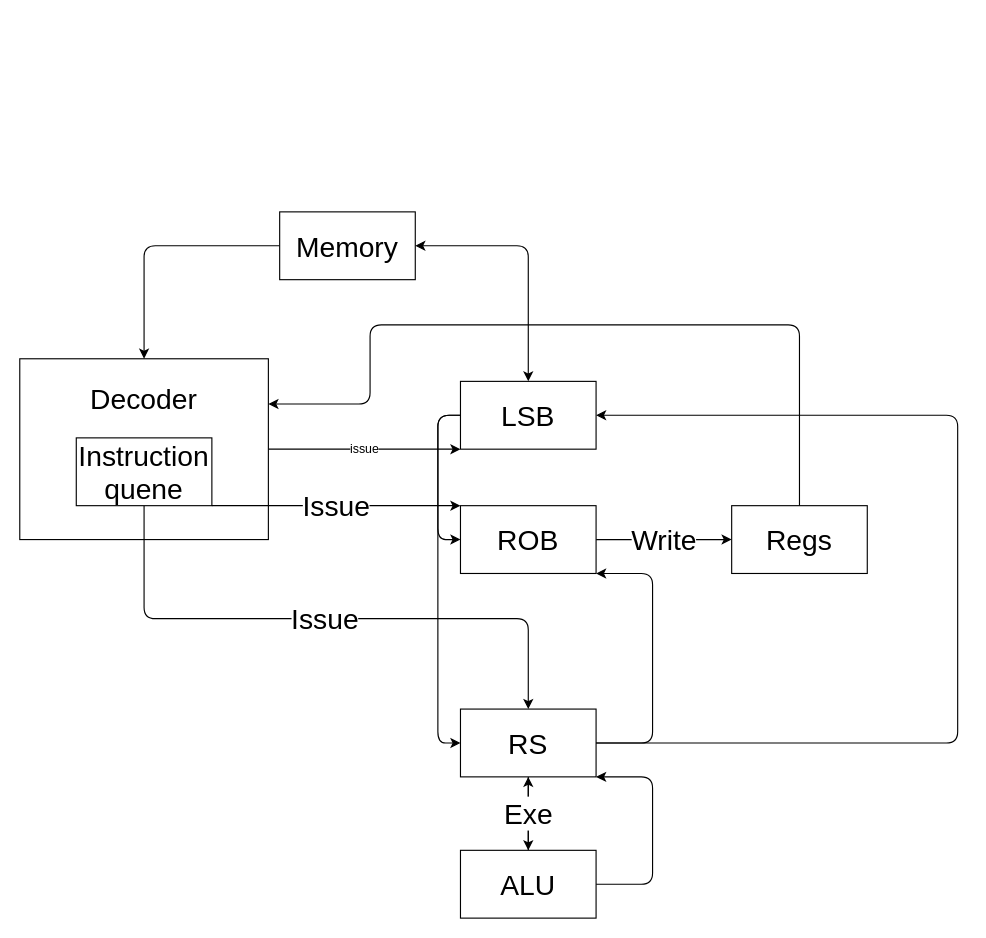
This is docs/structure2.drawio from qiuyuhang12/CPU2024, a draw.io file, before an edit. Source tidied: cells renumbered, new cells numbered last; positions are measured from the earlier drawing's top-left corner, leaving out a move shared by most shapes. Both pictures are drawn from the tidied source at 113%, with x=0, y=0 at pixel (19, 211).
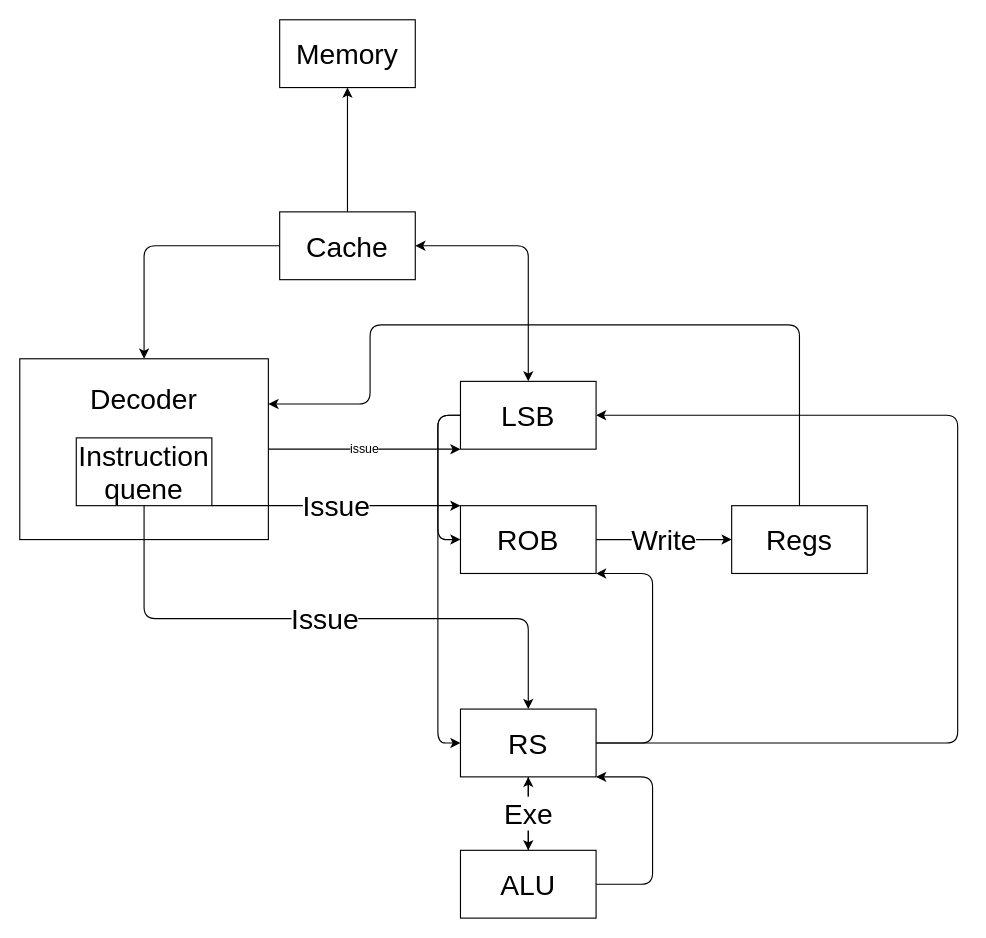
After the change.

Change to the diagram source:
```diff
@@
+    <mxCell id="25" style="edgeStyle=none;html=1;entryX=0.5;entryY=1;entryDx=0;entryDy=0;" parent="1" edge="1" source="3" target="26">
+      <mxGeometry relative="1" as="geometry" />
+    </mxCell>
-    <mxCell id="3" value="&lt;font style=&quot;font-size: 25px;&quot;&gt;Memory&lt;/font&gt;" style="rounded=0;whiteSpace=wrap;html=1;fontSize=25;" parent="1" vertex="1">
+    <mxCell id="3" value="&lt;font style=&quot;font-size: 25px;&quot;&gt;Cache&lt;/font&gt;" style="rounded=0;whiteSpace=wrap;html=1;fontSize=25;" parent="1" vertex="1">
       <mxGeometry x="230" width="120" height="60" as="geometry" />
     </mxCell>
@@
+    <mxCell id="26" value="&lt;font style=&quot;font-size: 25px;&quot;&gt;Memory&lt;/font&gt;" style="rounded=0;whiteSpace=wrap;html=1;fontSize=25;" parent="1" vertex="1">
+      <mxGeometry x="230" y="-170" width="120" height="60" as="geometry" />
+    </mxCell>
```
